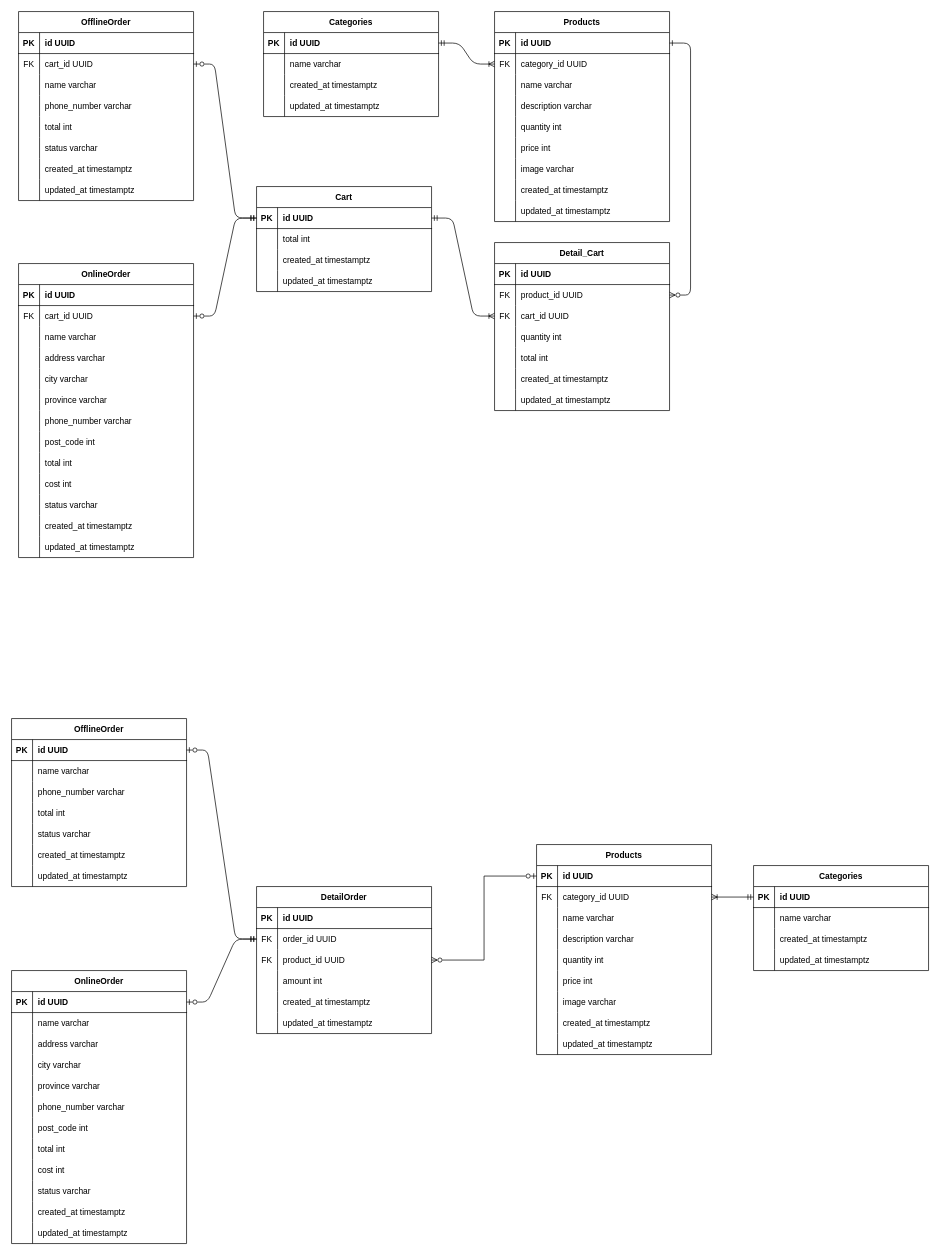
Earlier version of the draw.io diagram ERD-kopoksu.drawio (gemm123/kangpoksu). Source tidied: cells renumbered, new cells numbered last; positions are measured from the earlier drawing's top-left corner, leaving out a move shared by most shapes. Both pictures are drawn from the tidied source at 70%, with x=0, y=0 at pixel (11, 11).
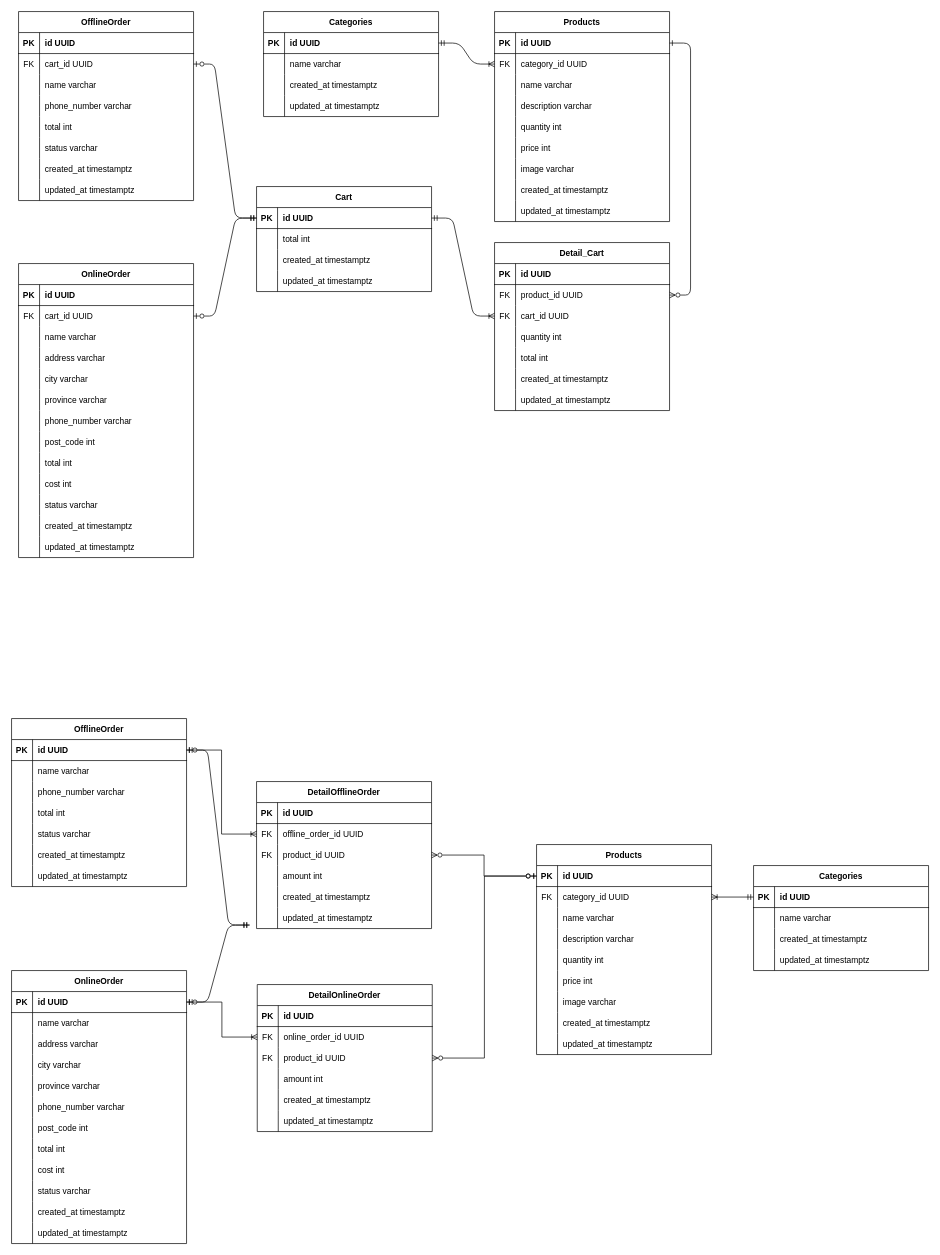
After the change.

Commit message (it also covers changes not shown here):
add save offline order

The change refers to these unchanged cells:
```xml
<mxCell id="150" style="shape=partialRectangle;fillColor=none;points=[[0,0.5],[1,0.5]];portConstraint=eastwest;top=0;left=0;right=0;bottom=1;" parent="149" vertex="1">
  <mxGeometry y="30" width="250" height="30" as="geometry" />
</mxCell>
<mxCell id="192" style="shape=partialRectangle;fillColor=none;points=[[0,0.5],[1,0.5]];portConstraint=eastwest;top=0;left=0;right=0;bottom=1;" parent="191" vertex="1">
  <mxGeometry y="30" width="250" height="30" as="geometry" />
</mxCell>
<mxCell id="214" style="shape=partialRectangle;fillColor=none;points=[[0,0.5],[1,0.5]];portConstraint=eastwest;top=0;left=0;right=0;bottom=1;" parent="213" vertex="1">
  <mxGeometry y="30" width="250" height="30" as="geometry" />
</mxCell>
```

What changed in the source:
```diff
@@
-    <mxCell id="250" style="edgeStyle=entityRelationEdgeStyle;endArrow=ERmandOne;startArrow=ERzeroToOne;endFill=0;startFill=0;exitX=1;exitY=0.5;exitDx=0;exitDy=0;entryX=0;entryY=0.5;entryDx=0;entryDy=0;" parent="1" edge="1" source="214" target="256">
-      <mxGeometry relative="1" as="geometry" />
+    <mxCell id="250" style="edgeStyle=entityRelationEdgeStyle;endArrow=ERmandOne;startArrow=ERzeroToOne;endFill=0;startFill=0;exitX=1;exitY=0.5;exitDx=0;exitDy=0;entryX=0;entryY=0.5;entryDx=0;entryDy=0;" parent="1" edge="1" source="214">
+      <mxGeometry relative="1" as="geometry">
+        <mxPoint x="340" y="1305" as="targetPoint" />
+      </mxGeometry>
     </mxCell>
-    <mxCell id="251" style="edgeStyle=entityRelationEdgeStyle;endArrow=ERmandOne;startArrow=ERzeroToOne;endFill=0;startFill=0;exitX=1;exitY=0.5;exitDx=0;exitDy=0;entryX=0;entryY=0.5;entryDx=0;entryDy=0;" parent="1" edge="1" source="192" target="256">
-      <mxGeometry relative="1" as="geometry" />
+    <mxCell id="251" style="edgeStyle=entityRelationEdgeStyle;endArrow=ERmandOne;startArrow=ERzeroToOne;endFill=0;startFill=0;exitX=1;exitY=0.5;exitDx=0;exitDy=0;entryX=0;entryY=0.5;entryDx=0;entryDy=0;" parent="1" edge="1" source="192">
+      <mxGeometry relative="1" as="geometry">
+        <mxPoint x="340" y="1305" as="targetPoint" />
+      </mxGeometry>
     </mxCell>
-    <mxCell id="252" value="DetailOrder" style="shape=table;startSize=30;childLayout=tableLayout;rowLines=0;fontStyle=1;align=center;" parent="1" vertex="1">
-      <mxGeometry x="350" y="1250" width="250" height="210" as="geometry" />
+    <mxCell id="252" value="DetailOfflineOrder" style="shape=table;startSize=30;childLayout=tableLayout;rowLines=0;fontStyle=1;align=center;" parent="1" vertex="1">
+      <mxGeometry x="350" y="1100" width="250" height="210" as="geometry" />
     </mxCell>
@@
-    <mxCell id="256" style="shape=partialRectangle;fillColor=none;points=[[0,0.5],[1,0.5]];portConstraint=eastwest;top=0;left=0;right=0;bottom=0;" parent="252" vertex="1">
-      <mxGeometry y="60" width="250" height="30" as="geometry" />
-    </mxCell>
-    <mxCell id="257" value="FK" style="shape=partialRectangle;overflow=hidden;fillColor=none;top=0;left=0;bottom=0;right=0;" parent="256" vertex="1">
-      <mxGeometry width="30" height="30" as="geometry" />
-    </mxCell>
-    <mxCell id="258" value="order_id UUID" style="shape=partialRectangle;overflow=hidden;fillColor=none;top=0;left=0;bottom=0;right=0;align=left;spacingLeft=6;" parent="256" vertex="1">
-      <mxGeometry x="30" width="220" height="30" as="geometry" />
-    </mxCell>
+    <mxCell id="273" style="shape=partialRectangle;fillColor=none;points=[[0,0.5],[1,0.5]];portConstraint=eastwest;top=0;left=0;right=0;bottom=0;" parent="252" vertex="1">
+      <mxGeometry y="60" width="250" height="30" as="geometry" />
+    </mxCell>
+    <mxCell id="274" value="FK" style="shape=partialRectangle;overflow=hidden;fillColor=none;top=0;left=0;bottom=0;right=0;" parent="273" vertex="1">
+      <mxGeometry width="30" height="30" as="geometry" />
+    </mxCell>
+    <mxCell id="275" value="offline_order_id UUID" style="shape=partialRectangle;overflow=hidden;fillColor=none;top=0;left=0;bottom=0;right=0;align=left;spacingLeft=6;" parent="273" vertex="1">
+      <mxGeometry x="30" width="220" height="30" as="geometry" />
+    </mxCell>
@@
+    <mxCell id="276" style="edgeStyle=orthogonalEdgeStyle;rounded=0;jettySize=auto;html=1;entryX=0;entryY=0.5;entryDx=0;entryDy=0;startArrow=ERmandOne;startFill=0;endArrow=ERoneToMany;endFill=0;exitX=1;exitY=0.5;exitDx=0;exitDy=0;" parent="1" edge="1" source="192" target="273">
+      <mxGeometry relative="1" as="geometry" />
+    </mxCell>
+    <mxCell id="277" value="DetailOnlineOrder" style="shape=table;startSize=30;childLayout=tableLayout;rowLines=0;fontStyle=1;align=center;" parent="1" vertex="1">
+      <mxGeometry x="351" y="1390" width="250" height="210" as="geometry" />
+    </mxCell>
+    <mxCell id="278" style="shape=partialRectangle;fillColor=none;points=[[0,0.5],[1,0.5]];portConstraint=eastwest;top=0;left=0;right=0;bottom=1;" parent="277" vertex="1">
+      <mxGeometry y="30" width="250" height="30" as="geometry" />
+    </mxCell>
+    <mxCell id="279" value="PK" style="shape=partialRectangle;overflow=hidden;fillColor=none;top=0;left=0;bottom=0;right=0;fontStyle=1;" parent="278" vertex="1">
+      <mxGeometry width="30" height="30" as="geometry" />
+    </mxCell>
+    <mxCell id="280" value="id UUID" style="shape=partialRectangle;overflow=hidden;fillColor=none;top=0;left=0;bottom=0;right=0;align=left;spacingLeft=6;fontStyle=1;" parent="278" vertex="1">
+      <mxGeometry x="30" width="220" height="30" as="geometry" />
+    </mxCell>
+    <mxCell id="281" style="shape=partialRectangle;fillColor=none;points=[[0,0.5],[1,0.5]];portConstraint=eastwest;top=0;left=0;right=0;bottom=0;" parent="277" vertex="1">
+      <mxGeometry y="60" width="250" height="30" as="geometry" />
+    </mxCell>
+    <mxCell id="282" value="FK" style="shape=partialRectangle;overflow=hidden;fillColor=none;top=0;left=0;bottom=0;right=0;" parent="281" vertex="1">
+      <mxGeometry width="30" height="30" as="geometry" />
+    </mxCell>
+    <mxCell id="283" value="online_order_id UUID" style="shape=partialRectangle;overflow=hidden;fillColor=none;top=0;left=0;bottom=0;right=0;align=left;spacingLeft=6;" parent="281" vertex="1">
+      <mxGeometry x="30" width="220" height="30" as="geometry" />
+    </mxCell>
+    <mxCell id="284" style="shape=partialRectangle;fillColor=none;points=[[0,0.5],[1,0.5]];portConstraint=eastwest;top=0;left=0;right=0;bottom=0;" parent="277" vertex="1">
+      <mxGeometry y="90" width="250" height="30" as="geometry" />
+    </mxCell>
+    <mxCell id="285" value="FK" style="shape=partialRectangle;overflow=hidden;fillColor=none;top=0;left=0;bottom=0;right=0;" parent="284" vertex="1">
+      <mxGeometry width="30" height="30" as="geometry" />
+    </mxCell>
+    <mxCell id="286" value="product_id UUID" style="shape=partialRectangle;overflow=hidden;fillColor=none;top=0;left=0;bottom=0;right=0;align=left;spacingLeft=6;" parent="284" vertex="1">
+      <mxGeometry x="30" width="220" height="30" as="geometry" />
+    </mxCell>
+    <mxCell id="287" style="shape=partialRectangle;fillColor=none;top=0;left=0;right=0;bottom=0;" parent="277" vertex="1">
+      <mxGeometry y="120" width="250" height="30" as="geometry" />
+    </mxCell>
+    <mxCell id="288" style="shape=partialRectangle;overflow=hidden;fillColor=none;top=0;left=0;bottom=0;right=0;" parent="287" vertex="1">
+      <mxGeometry width="30" height="30" as="geometry" />
+    </mxCell>
+    <mxCell id="289" value="amount int" style="shape=partialRectangle;overflow=hidden;fillColor=none;top=0;left=0;bottom=0;right=0;align=left;spacingLeft=6;" parent="287" vertex="1">
+      <mxGeometry x="30" width="220" height="30" as="geometry" />
+    </mxCell>
+    <mxCell id="290" style="shape=partialRectangle;fillColor=none;top=0;left=0;right=0;bottom=0;" parent="277" vertex="1">
+      <mxGeometry y="150" width="250" height="30" as="geometry" />
+    </mxCell>
+    <mxCell id="291" style="shape=partialRectangle;overflow=hidden;fillColor=none;top=0;left=0;bottom=0;right=0;" parent="290" vertex="1">
+      <mxGeometry width="30" height="30" as="geometry" />
+    </mxCell>
+    <mxCell id="292" value="created_at timestamptz" style="shape=partialRectangle;overflow=hidden;fillColor=none;top=0;left=0;bottom=0;right=0;align=left;spacingLeft=6;" parent="290" vertex="1">
+      <mxGeometry x="30" width="220" height="30" as="geometry" />
+    </mxCell>
+    <mxCell id="293" style="shape=partialRectangle;fillColor=none;top=0;left=0;right=0;bottom=0;" parent="277" vertex="1">
+      <mxGeometry y="180" width="250" height="30" as="geometry" />
+    </mxCell>
+    <mxCell id="294" style="shape=partialRectangle;overflow=hidden;fillColor=none;top=0;left=0;bottom=0;right=0;" parent="293" vertex="1">
+      <mxGeometry width="30" height="30" as="geometry" />
+    </mxCell>
+    <mxCell id="295" value="updated_at timestamptz" style="shape=partialRectangle;overflow=hidden;fillColor=none;top=0;left=0;bottom=0;right=0;align=left;spacingLeft=6;" parent="293" vertex="1">
+      <mxGeometry x="30" width="220" height="30" as="geometry" />
+    </mxCell>
+    <mxCell id="296" style="edgeStyle=none;rounded=0;orthogonalLoop=1;jettySize=auto;html=1;entryX=0;entryY=0.5;entryDx=0;entryDy=0;" parent="277" edge="1" source="278" target="278">
+      <mxGeometry relative="1" as="geometry" />
+    </mxCell>
+    <mxCell id="297" style="edgeStyle=orthogonalEdgeStyle;rounded=0;jettySize=auto;html=1;exitX=0;exitY=0.5;exitDx=0;exitDy=0;entryX=1;entryY=0.5;entryDx=0;entryDy=0;endArrow=ERzeroToMany;endFill=0;startArrow=ERzeroToOne;startFill=0;" parent="1" edge="1" source="150" target="284">
+      <mxGeometry relative="1" as="geometry" />
+    </mxCell>
+    <mxCell id="298" style="edgeStyle=orthogonalEdgeStyle;rounded=0;jettySize=auto;html=1;entryX=0;entryY=0.5;entryDx=0;entryDy=0;startArrow=ERmandOne;startFill=0;endArrow=ERoneToMany;endFill=0;exitX=1;exitY=0.5;exitDx=0;exitDy=0;" parent="1" edge="1" source="214" target="281">
+      <mxGeometry relative="1" as="geometry" />
+    </mxCell>
```
